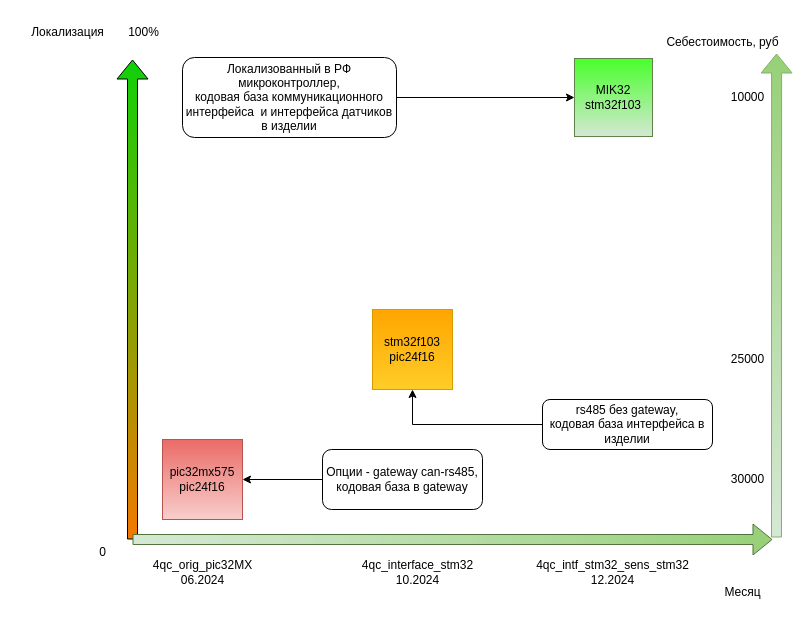
The draw.io diagram 4qc_roadmap.drawio in megavad/Diagrams, before the edit. Source tidied: cells renumbered, new cells numbered last; positions are measured from the earlier drawing's top-left corner, leaving out a move shared by most shapes. Both pictures are drawn from the tidied source at 100%, with x=0, y=0 at pixel (17, 17).
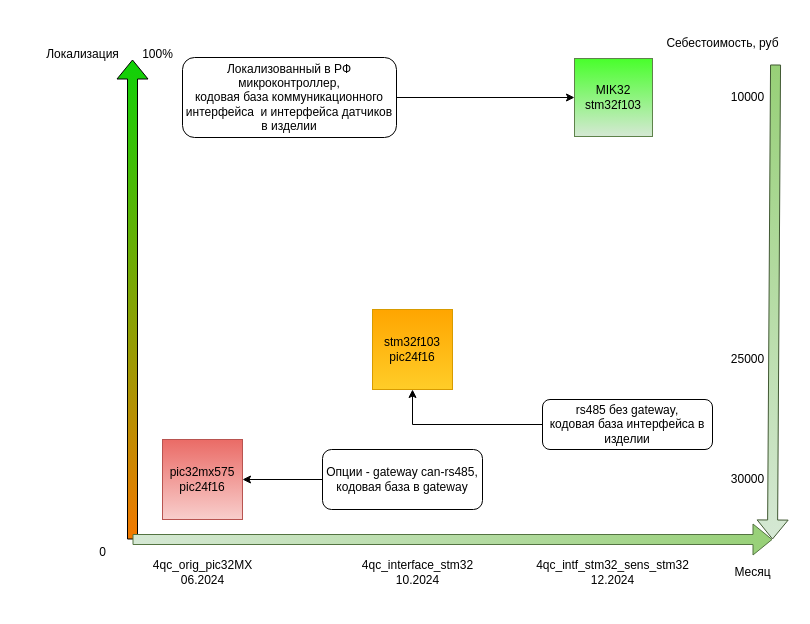
The same diagram, later.

The edit, as a diff of the source:
```diff
@@
+    <mxCell id="10" style="endArrow=classic;html=1;rounded=0;shape=flexArrow;fillColor=#d5e8d4;gradientColor=#97d077;strokeColor=#415933;gradientDirection=north;exitX=0.879;exitY=1.2;exitDx=0;exitDy=0;exitPerimeter=0;" parent="1" edge="1" source="11">
+      <mxGeometry relative="1" as="geometry">
+        <mxPoint x="755" y="522" as="targetPoint" />
+      </mxGeometry>
+    </mxCell>
@@
     <mxCell id="6" value="Локализация" style="text;html=1;align=center;verticalAlign=middle;strokeColor=none;fillColor=none;" parent="1" vertex="1">
-      <mxGeometry width="100" height="30" as="geometry" />
+      <mxGeometry x="15" y="22" width="100" height="30" as="geometry" />
     </mxCell>
     <mxCell id="7" value="Месяц" style="text;html=1;align=center;verticalAlign=middle;strokeColor=none;fillColor=none;" parent="1" vertex="1">
-      <mxGeometry x="695" y="560" width="60" height="30" as="geometry" />
+      <mxGeometry x="705" y="540" width="60" height="30" as="geometry" />
     </mxCell>
@@
-    <mxCell id="10" style="endArrow=classic;html=1;rounded=0;shape=flexArrow;fillColor=#d5e8d4;gradientColor=#97d077;strokeColor=#82b366;entryX=0.929;entryY=0.933;entryDx=0;entryDy=0;entryPerimeter=0;gradientDirection=north;" parent="1" edge="1">
-      <mxGeometry relative="1" as="geometry">
-        <mxPoint x="759" y="520" as="sourcePoint" />
-        <mxPoint x="759.1" y="36" as="targetPoint" />
-      </mxGeometry>
-    </mxCell>
     <mxCell id="11" value="Себестоимость, руб" style="text;html=1;align=center;verticalAlign=middle;points=[];strokeColor=none;fillColor=none;" parent="1" vertex="1">
-      <mxGeometry x="635" y="10" width="140" height="30" as="geometry" />
+      <mxGeometry x="635" y="11" width="140" height="30" as="geometry" />
     </mxCell>
@@
     <mxCell id="13" value="100%" style="text;html=1;align=center;verticalAlign=middle;strokeColor=none;fillColor=none;" parent="1" vertex="1">
-      <mxGeometry x="101" width="50" height="30" as="geometry" />
+      <mxGeometry x="115" y="22" width="50" height="30" as="geometry" />
     </mxCell>
```
